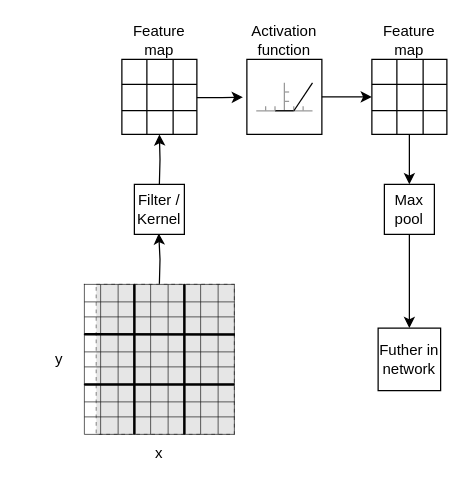
Above: figures/technicalAnalysis/NN/CNNCovolutionAndFeatureExtraction.drawio in Mikkelnn/ESD7-Project (draw.io), before the change. Source tidied: cells renumbered, new cells numbered last; positions are measured from the earlier drawing's top-left corner, leaving out a move shared by most shapes. Both pictures are drawn from the tidied source at 125%, with x=0, y=0 at pixel (21, 21). Pictures stored in the file or linked from it are replaced by grey dashed boxes.
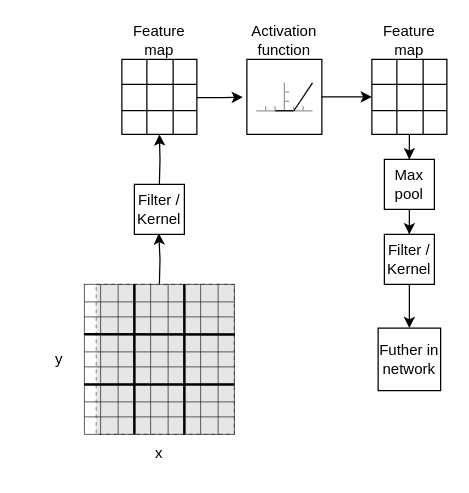
After the change.

The change refers to these unchanged cells:
```xml
<mxCell id="30" style="shape=table;startSize=0;childLayout=tableLayout;fontSize=16;fontFamily=Project Font;" parent="1" vertex="1">
  <mxGeometry x="280" y="30" width="60" height="60" as="geometry" />
</mxCell>
<mxCell id="50" value="Futher in network" style="whiteSpace=wrap;html=1;fontFamily=Project Font;" parent="1" vertex="1">
  <mxGeometry x="285" y="245" width="50" height="50" as="geometry" />
</mxCell>
```

Diff of the diagram source:
```diff
@@
-    <mxCell id="29" style="edgeStyle=orthogonalEdgeStyle;rounded=0;jettySize=auto;html=1;exitX=0.5;exitY=1;exitDx=0;exitDy=0;entryX=0.5;entryY=0;entryDx=0;entryDy=0;fontFamily=Project Font;" parent="1" edge="1" source="30">
-      <mxGeometry relative="1" as="geometry">
-        <mxPoint x="310" y="130" as="targetPoint" />
-      </mxGeometry>
-    </mxCell>
+    <mxCell id="176" style="edgeStyle=orthogonalEdgeStyle;rounded=0;jettySize=auto;html=1;entryX=0.5;entryY=0;entryDx=0;entryDy=0;" parent="1" edge="1" source="30" target="48">
+      <mxGeometry relative="1" as="geometry" />
+    </mxCell>
@@
-    <mxCell id="47" style="edgeStyle=orthogonalEdgeStyle;rounded=0;jettySize=auto;html=1;fontFamily=Project Font;" parent="1" edge="1" source="48" target="50">
-      <mxGeometry relative="1" as="geometry" />
-    </mxCell>
+    <mxCell id="177" style="edgeStyle=orthogonalEdgeStyle;rounded=0;jettySize=auto;html=1;" parent="1" edge="1" source="48" target="179">
+      <mxGeometry relative="1" as="geometry" />
+    </mxCell>
     <mxCell id="48" value="Max pool" style="whiteSpace=wrap;html=1;fontFamily=Project Font;" parent="1" vertex="1">
-      <mxGeometry x="290" y="130" width="40" height="40" as="geometry" />
+      <mxGeometry x="290" y="110" width="40" height="40" as="geometry" />
     </mxCell>
@@
+    <mxCell id="178" style="edgeStyle=orthogonalEdgeStyle;rounded=0;jettySize=auto;html=1;" parent="1" edge="1" source="179" target="50">
+      <mxGeometry relative="1" as="geometry" />
+    </mxCell>
+    <mxCell id="179" value="&lt;div&gt;&lt;font&gt;Filter /&lt;/font&gt;&lt;/div&gt;&lt;div&gt;&lt;font&gt;Kernel&lt;/font&gt;&lt;/div&gt;" style="whiteSpace=wrap;html=1;fontFamily=Project Font;" parent="1" vertex="1">
+      <mxGeometry x="290" y="170" width="40" height="40" as="geometry" />
+    </mxCell>
```
